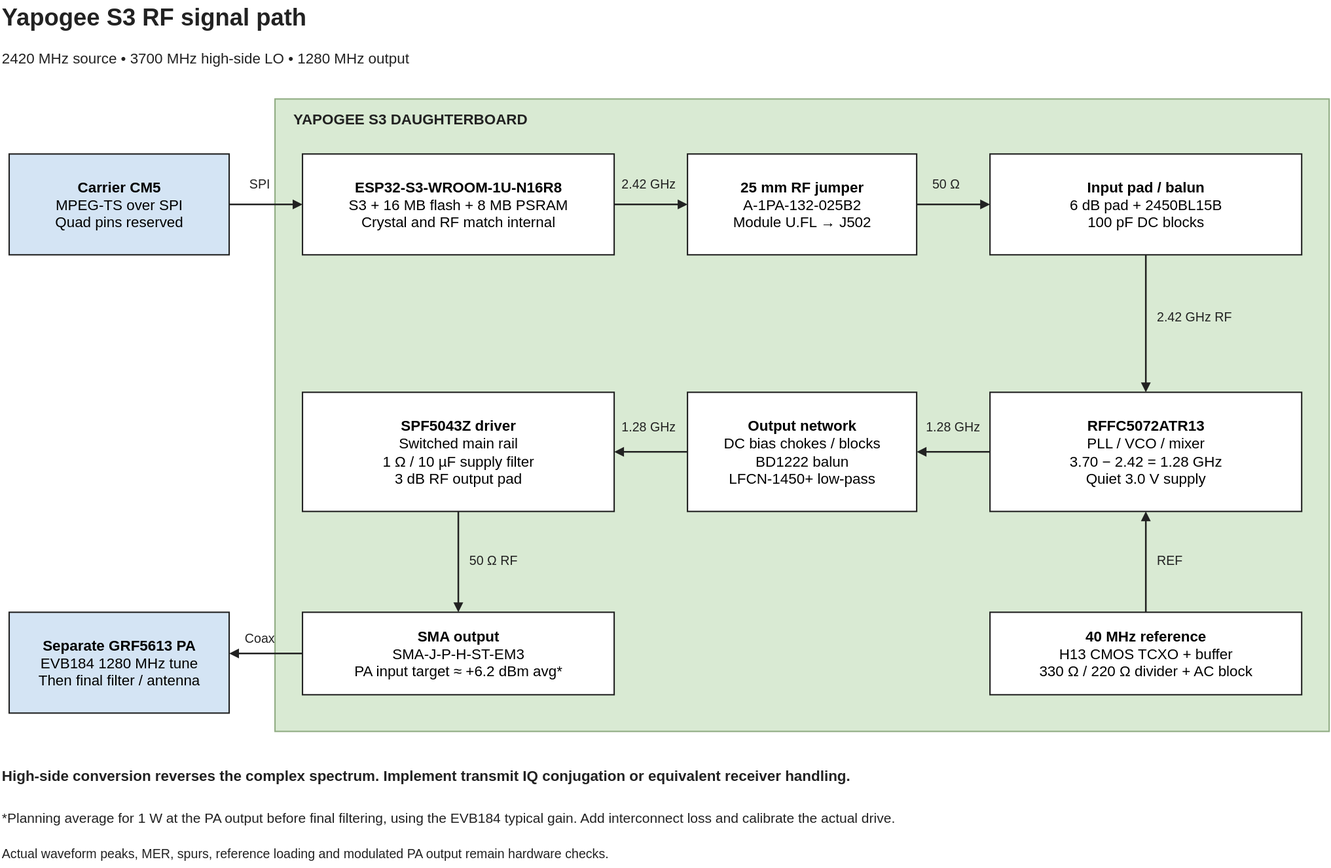
The draw.io diagram hardware/yapogee-s3/block-diagram.svg in stanford-ssi/PigeonVision, before a commit. Source tidied: cells renumbered, new cells last; positions are measured from the earlier drawing's top-left corner, leaving out a move shared by most shapes. The source it was exported from:
```xml
<mxGraphModel background="#ffffff">
  <root>
    <mxCell id="0" />
    <mxCell id="1" parent="0" />
    <mxCell id="2" value="Yapogee S3 RF signal path" style="text;html=0;align=left;verticalAlign=middle;fillColor=none;strokeColor=none;fontFamily=Arial;fontSize=26;fontColor=#222222;fontStyle=1;whiteSpace=wrap;" parent="1" vertex="1">
      <mxGeometry width="1450" height="38" as="geometry" />
    </mxCell>
    <mxCell id="3" value="2420 MHz source • 3700 MHz high-side LO • 1280 MHz output" style="text;html=0;align=left;verticalAlign=middle;fillColor=none;strokeColor=none;fontFamily=Arial;fontSize=16;fontColor=#222222;fontStyle=0;whiteSpace=wrap;" parent="1" vertex="1">
      <mxGeometry y="45" width="1450" height="35" as="geometry" />
    </mxCell>
    <mxCell id="4" style="rounded=0;fillColor=#d9ead3;strokeColor=#91ad84;strokeWidth=1.5;" parent="1" vertex="1">
      <mxGeometry x="300" y="108" width="1150" height="690" as="geometry" />
    </mxCell>
    <mxCell id="5" value="YAPOGEE S3 DAUGHTERBOARD" style="text;html=0;align=left;verticalAlign=middle;fillColor=none;strokeColor=none;fontFamily=Arial;fontSize=16;fontColor=#222222;fontStyle=1;whiteSpace=wrap;" parent="1" vertex="1">
      <mxGeometry x="318" y="118" width="1114" height="24" as="geometry" />
    </mxCell>
    <mxCell id="6" value="&lt;b&gt;Carrier CM5&lt;/b&gt;&lt;br&gt;MPEG-TS over SPI&lt;br&gt;Quad pins reserved" style="rounded=0;whiteSpace=wrap;html=1;fontFamily=Arial;fillColor=#d4e4f4;strokeColor=#222222;strokeWidth=1.5;align=center;verticalAlign=middle;fontSize=16;spacing=7;" parent="1" vertex="1">
      <mxGeometry x="10" y="168" width="240" height="110" as="geometry" />
    </mxCell>
    <mxCell id="7" value="&lt;b&gt;ESP32-S3-WROOM-1U-N16R8&lt;/b&gt;&lt;br&gt;S3 + 16 MB flash + 8 MB PSRAM&lt;br&gt;Crystal and RF match internal" style="rounded=0;whiteSpace=wrap;html=1;fontFamily=Arial;fillColor=#ffffff;strokeColor=#222222;strokeWidth=1.5;align=center;verticalAlign=middle;fontSize=16;spacing=7;" parent="1" vertex="1">
      <mxGeometry x="330" y="168" width="340" height="110" as="geometry" />
    </mxCell>
    <mxCell id="8" value="&lt;b&gt;25 mm RF jumper&lt;/b&gt;&lt;br&gt;A-1PA-132-025B2&lt;br&gt;Module U.FL → J502" style="rounded=0;whiteSpace=wrap;html=1;fontFamily=Arial;fillColor=#ffffff;strokeColor=#222222;strokeWidth=1.5;align=center;verticalAlign=middle;fontSize=16;spacing=7;" parent="1" vertex="1">
      <mxGeometry x="750" y="168" width="250" height="110" as="geometry" />
    </mxCell>
    <mxCell id="9" value="&lt;b&gt;Input pad / balun&lt;/b&gt;&lt;br&gt;6 dB pad + 2450BL15B&lt;br&gt;100 pF DC blocks" style="rounded=0;whiteSpace=wrap;html=1;fontFamily=Arial;fillColor=#ffffff;strokeColor=#222222;strokeWidth=1.5;align=center;verticalAlign=middle;fontSize=16;spacing=7;" parent="1" vertex="1">
      <mxGeometry x="1080" y="168" width="340" height="110" as="geometry" />
    </mxCell>
    <mxCell id="10" value="&lt;b&gt;RFFC5072ATR13&lt;/b&gt;&lt;br&gt;PLL / VCO / mixer&lt;br&gt;3.70 − 2.42 = 1.28 GHz&lt;br&gt;Quiet 3.0 V supply" style="rounded=0;whiteSpace=wrap;html=1;fontFamily=Arial;fillColor=#ffffff;strokeColor=#222222;strokeWidth=1.5;align=center;verticalAlign=middle;fontSize=16;spacing=7;" parent="1" vertex="1">
      <mxGeometry x="1080" y="428" width="340" height="130" as="geometry" />
    </mxCell>
    <mxCell id="11" value="&lt;b&gt;Output network&lt;/b&gt;&lt;br&gt;DC bias chokes / blocks&lt;br&gt;BD1222 balun&lt;br&gt;LFCN-1450+ low-pass" style="rounded=0;whiteSpace=wrap;html=1;fontFamily=Arial;fillColor=#ffffff;strokeColor=#222222;strokeWidth=1.5;align=center;verticalAlign=middle;fontSize=16;spacing=7;" parent="1" vertex="1">
      <mxGeometry x="750" y="428" width="250" height="130" as="geometry" />
    </mxCell>
    <mxCell id="12" value="&lt;b&gt;SPF5043Z driver&lt;/b&gt;&lt;br&gt;Switched main rail&lt;br&gt;1 Ω / 10 µF supply filter&lt;br&gt;3 dB RF output pad" style="rounded=0;whiteSpace=wrap;html=1;fontFamily=Arial;fillColor=#ffffff;strokeColor=#222222;strokeWidth=1.5;align=center;verticalAlign=middle;fontSize=16;spacing=7;" parent="1" vertex="1">
      <mxGeometry x="330" y="428" width="340" height="130" as="geometry" />
    </mxCell>
    <mxCell id="13" value="&lt;b&gt;SMA output&lt;/b&gt;&lt;br&gt;SMA-J-P-H-ST-EM3&lt;br&gt;PA input target ≈ +6.2 dBm avg*" style="rounded=0;whiteSpace=wrap;html=1;fontFamily=Arial;fillColor=#ffffff;strokeColor=#222222;strokeWidth=1.5;align=center;verticalAlign=middle;fontSize=16;spacing=7;" parent="1" vertex="1">
      <mxGeometry x="330" y="668" width="340" height="90" as="geometry" />
    </mxCell>
    <mxCell id="14" value="&lt;b&gt;40 MHz reference&lt;/b&gt;&lt;br&gt;H13 CMOS TCXO + buffer&lt;br&gt;330 Ω / 220 Ω divider + AC block" style="rounded=0;whiteSpace=wrap;html=1;fontFamily=Arial;fillColor=#ffffff;strokeColor=#222222;strokeWidth=1.5;align=center;verticalAlign=middle;fontSize=16;spacing=7;" parent="1" vertex="1">
      <mxGeometry x="1080" y="668" width="340" height="90" as="geometry" />
    </mxCell>
    <mxCell id="15" value="&lt;b&gt;Separate GRF5613 PA&lt;/b&gt;&lt;br&gt;EVB184 1280 MHz tune&lt;br&gt;Then final filter / antenna" style="rounded=0;whiteSpace=wrap;html=1;fontFamily=Arial;fillColor=#d4e4f4;strokeColor=#222222;strokeWidth=1.5;align=center;verticalAlign=middle;fontSize=16;spacing=7;" parent="1" vertex="1">
      <mxGeometry x="10" y="668" width="240" height="110" as="geometry" />
    </mxCell>
    <mxCell id="16" style="edgeStyle=orthogonalEdgeStyle;jettySize=0;rounded=0;html=0;strokeColor=#222222;strokeWidth=1.8;endArrow=block;endFill=1;startArrow=none;exitX=1;exitY=0.5;exitPerimeter=0;entryX=0;entryY=0.5;entryPerimeter=0;" parent="1" edge="1" source="6" target="7">
      <mxGeometry relative="1" as="geometry" />
    </mxCell>
    <mxCell id="17" value="SPI" style="text;html=0;align=left;verticalAlign=middle;fillColor=none;strokeColor=none;fontFamily=Arial;fontSize=14;fontColor=#222222;fontStyle=0;whiteSpace=wrap;" parent="1" vertex="1">
      <mxGeometry x="270" y="188" width="55" height="26" as="geometry" />
    </mxCell>
    <mxCell id="18" style="edgeStyle=orthogonalEdgeStyle;jettySize=0;rounded=0;html=0;strokeColor=#222222;strokeWidth=1.8;endArrow=block;endFill=1;startArrow=none;exitX=1;exitY=0.5;exitPerimeter=0;entryX=0;entryY=0.5;entryPerimeter=0;" parent="1" edge="1" source="7" target="8">
      <mxGeometry relative="1" as="geometry" />
    </mxCell>
    <mxCell id="19" value="2.42 GHz" style="text;html=0;align=left;verticalAlign=middle;fillColor=none;strokeColor=none;fontFamily=Arial;fontSize=14;fontColor=#222222;fontStyle=0;whiteSpace=wrap;" parent="1" vertex="1">
      <mxGeometry x="676" y="188" width="80" height="26" as="geometry" />
    </mxCell>
    <mxCell id="20" style="edgeStyle=orthogonalEdgeStyle;jettySize=0;rounded=0;html=0;strokeColor=#222222;strokeWidth=1.8;endArrow=block;endFill=1;startArrow=none;exitX=1;exitY=0.5;exitPerimeter=0;entryX=0;entryY=0.5;entryPerimeter=0;" parent="1" edge="1" source="8" target="9">
      <mxGeometry relative="1" as="geometry" />
    </mxCell>
    <mxCell id="21" value="50 Ω" style="text;html=0;align=left;verticalAlign=middle;fillColor=none;strokeColor=none;fontFamily=Arial;fontSize=14;fontColor=#222222;fontStyle=0;whiteSpace=wrap;" parent="1" vertex="1">
      <mxGeometry x="1015" y="188" width="65" height="26" as="geometry" />
    </mxCell>
    <mxCell id="22" style="edgeStyle=orthogonalEdgeStyle;jettySize=0;rounded=0;html=0;strokeColor=#222222;strokeWidth=1.8;endArrow=block;endFill=1;startArrow=none;exitX=0.5;exitY=1;exitPerimeter=0;entryX=0.5;entryY=0;entryPerimeter=0;" parent="1" edge="1" source="9" target="10">
      <mxGeometry relative="1" as="geometry" />
    </mxCell>
    <mxCell id="23" value="2.42 GHz RF" style="text;html=0;align=left;verticalAlign=middle;fillColor=none;strokeColor=none;fontFamily=Arial;fontSize=14;fontColor=#222222;fontStyle=0;whiteSpace=wrap;" parent="1" vertex="1">
      <mxGeometry x="1260" y="333" width="140" height="26" as="geometry" />
    </mxCell>
    <mxCell id="24" style="edgeStyle=orthogonalEdgeStyle;jettySize=0;rounded=0;html=0;strokeColor=#222222;strokeWidth=1.8;endArrow=block;endFill=1;startArrow=none;exitX=0;exitY=0.5;exitPerimeter=0;entryX=1;entryY=0.5;entryPerimeter=0;" parent="1" edge="1" source="10" target="11">
      <mxGeometry relative="1" as="geometry" />
    </mxCell>
    <mxCell id="25" value="1.28 GHz" style="text;html=0;align=left;verticalAlign=middle;fillColor=none;strokeColor=none;fontFamily=Arial;fontSize=14;fontColor=#222222;fontStyle=0;whiteSpace=wrap;" parent="1" vertex="1">
      <mxGeometry x="1008" y="453" width="80" height="26" as="geometry" />
    </mxCell>
    <mxCell id="26" style="edgeStyle=orthogonalEdgeStyle;jettySize=0;rounded=0;html=0;strokeColor=#222222;strokeWidth=1.8;endArrow=block;endFill=1;startArrow=none;exitX=0;exitY=0.5;exitPerimeter=0;entryX=1;entryY=0.5;entryPerimeter=0;" parent="1" edge="1" source="11" target="12">
      <mxGeometry relative="1" as="geometry" />
    </mxCell>
    <mxCell id="27" value="1.28 GHz" style="text;html=0;align=left;verticalAlign=middle;fillColor=none;strokeColor=none;fontFamily=Arial;fontSize=14;fontColor=#222222;fontStyle=0;whiteSpace=wrap;" parent="1" vertex="1">
      <mxGeometry x="676" y="453" width="80" height="26" as="geometry" />
    </mxCell>
    <mxCell id="28" style="edgeStyle=orthogonalEdgeStyle;jettySize=0;rounded=0;html=0;strokeColor=#222222;strokeWidth=1.8;endArrow=block;endFill=1;startArrow=none;exitX=0.5;exitY=1;exitPerimeter=0;entryX=0.5;entryY=0;entryPerimeter=0;" parent="1" edge="1" source="12" target="13">
      <mxGeometry relative="1" as="geometry" />
    </mxCell>
    <mxCell id="29" value="50 Ω RF" style="text;html=0;align=left;verticalAlign=middle;fillColor=none;strokeColor=none;fontFamily=Arial;fontSize=14;fontColor=#222222;fontStyle=0;whiteSpace=wrap;" parent="1" vertex="1">
      <mxGeometry x="510" y="598" width="100" height="26" as="geometry" />
    </mxCell>
    <mxCell id="30" style="edgeStyle=orthogonalEdgeStyle;jettySize=0;rounded=0;html=0;strokeColor=#222222;strokeWidth=1.8;endArrow=block;endFill=1;startArrow=none;exitX=0;exitY=0.5;exitPerimeter=0;entryX=1;entryY=0.4090909090909091;entryPerimeter=0;" parent="1" edge="1" source="13" target="15">
      <mxGeometry relative="1" as="geometry" />
    </mxCell>
    <mxCell id="31" value="Coax" style="text;html=0;align=left;verticalAlign=middle;fillColor=none;strokeColor=none;fontFamily=Arial;fontSize=14;fontColor=#222222;fontStyle=0;whiteSpace=wrap;" parent="1" vertex="1">
      <mxGeometry x="265" y="683" width="60" height="26" as="geometry" />
    </mxCell>
    <mxCell id="32" style="edgeStyle=orthogonalEdgeStyle;jettySize=0;rounded=0;html=0;strokeColor=#222222;strokeWidth=1.8;endArrow=block;endFill=1;startArrow=none;exitX=0.5;exitY=0;exitPerimeter=0;entryX=0.5;entryY=1;entryPerimeter=0;" parent="1" edge="1" source="14" target="10">
      <mxGeometry relative="1" as="geometry" />
    </mxCell>
    <mxCell id="33" value="REF" style="text;html=0;align=left;verticalAlign=middle;fillColor=none;strokeColor=none;fontFamily=Arial;fontSize=14;fontColor=#222222;fontStyle=0;whiteSpace=wrap;" parent="1" vertex="1">
      <mxGeometry x="1260" y="598" width="90" height="26" as="geometry" />
    </mxCell>
    <mxCell id="34" value="High-side conversion reverses the complex spectrum. Implement transmit IQ conjugation or equivalent receiver handling." style="text;html=0;align=left;verticalAlign=middle;fillColor=none;strokeColor=none;fontFamily=Arial;fontSize=16;fontColor=#222222;fontStyle=1;whiteSpace=wrap;" parent="1" vertex="1">
      <mxGeometry y="828" width="1450" height="35" as="geometry" />
    </mxCell>
    <mxCell id="35" value="*Planning average for 1 W at the PA output before final filtering, using the EVB184 typical gain. Add interconnect loss and calibrate the actual drive." style="text;html=0;align=left;verticalAlign=middle;fillColor=none;strokeColor=none;fontFamily=Arial;fontSize=15;fontColor=#222222;fontStyle=0;whiteSpace=wrap;" parent="1" vertex="1">
      <mxGeometry y="873" width="1450" height="38" as="geometry" />
    </mxCell>
    <mxCell id="36" value="Actual waveform peaks, MER, spurs, reference loading and modulated PA output remain hardware checks." style="text;html=0;align=left;verticalAlign=middle;fillColor=none;strokeColor=none;fontFamily=Arial;fontSize=14;fontColor=#222222;fontStyle=0;whiteSpace=wrap;" parent="1" vertex="1">
      <mxGeometry y="916" width="1450" height="30" as="geometry" />
    </mxCell>
  </root>
</mxGraphModel>
```
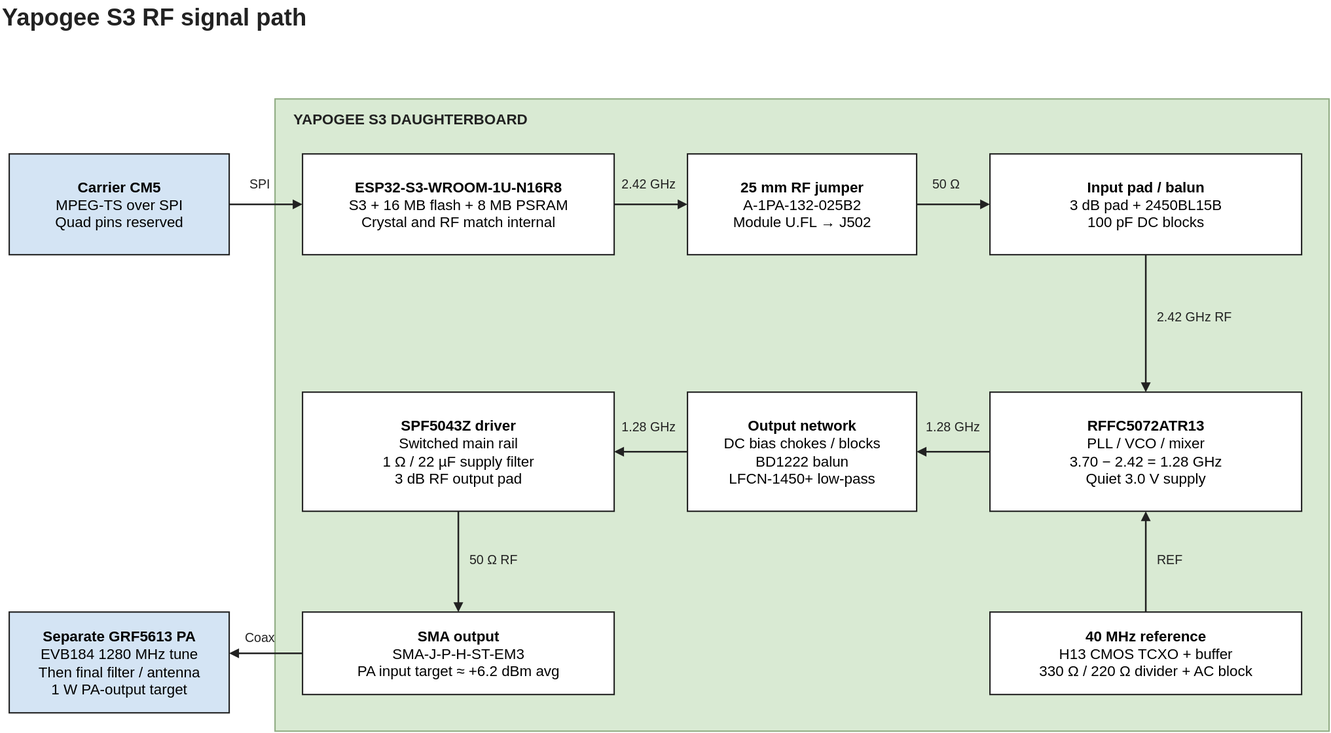
After the commit.

What changed in the source:
```diff
@@ -5,9 +5,6 @@
     <mxCell id="2" value="Yapogee S3 RF signal path" style="text;html=0;align=left;verticalAlign=middle;fillColor=none;strokeColor=none;fontFamily=Arial;fontSize=26;fontColor=#222222;fontStyle=1;whiteSpace=wrap;" parent="1" vertex="1">
       <mxGeometry width="1450" height="38" as="geometry" />
     </mxCell>
-    <mxCell id="3" value="2420 MHz source • 3700 MHz high-side LO • 1280 MHz output" style="text;html=0;align=left;verticalAlign=middle;fillColor=none;strokeColor=none;fontFamily=Arial;fontSize=16;fontColor=#222222;fontStyle=0;whiteSpace=wrap;" parent="1" vertex="1">
-      <mxGeometry y="45" width="1450" height="35" as="geometry" />
-    </mxCell>
     <mxCell id="4" style="rounded=0;fillColor=#d9ead3;strokeColor=#91ad84;strokeWidth=1.5;" parent="1" vertex="1">
       <mxGeometry x="300" y="108" width="1150" height="690" as="geometry" />
     </mxCell>
@@ -23,7 +20,7 @@
     <mxCell id="8" value="&lt;b&gt;25 mm RF jumper&lt;/b&gt;&lt;br&gt;A-1PA-132-025B2&lt;br&gt;Module U.FL → J502" style="rounded=0;whiteSpace=wrap;html=1;fontFamily=Arial;fillColor=#ffffff;strokeColor=#222222;strokeWidth=1.5;align=center;verticalAlign=middle;fontSize=16;spacing=7;" parent="1" vertex="1">
       <mxGeometry x="750" y="168" width="250" height="110" as="geometry" />
     </mxCell>
-    <mxCell id="9" value="&lt;b&gt;Input pad / balun&lt;/b&gt;&lt;br&gt;6 dB pad + 2450BL15B&lt;br&gt;100 pF DC blocks" style="rounded=0;whiteSpace=wrap;html=1;fontFamily=Arial;fillColor=#ffffff;strokeColor=#222222;strokeWidth=1.5;align=center;verticalAlign=middle;fontSize=16;spacing=7;" parent="1" vertex="1">
+    <mxCell id="9" value="&lt;b&gt;Input pad / balun&lt;/b&gt;&lt;br&gt;3 dB pad + 2450BL15B&lt;br&gt;100 pF DC blocks" style="rounded=0;whiteSpace=wrap;html=1;fontFamily=Arial;fillColor=#ffffff;strokeColor=#222222;strokeWidth=1.5;align=center;verticalAlign=middle;fontSize=16;spacing=7;" parent="1" vertex="1">
       <mxGeometry x="1080" y="168" width="340" height="110" as="geometry" />
     </mxCell>
     <mxCell id="10" value="&lt;b&gt;RFFC5072ATR13&lt;/b&gt;&lt;br&gt;PLL / VCO / mixer&lt;br&gt;3.70 − 2.42 = 1.28 GHz&lt;br&gt;Quiet 3.0 V supply" style="rounded=0;whiteSpace=wrap;html=1;fontFamily=Arial;fillColor=#ffffff;strokeColor=#222222;strokeWidth=1.5;align=center;verticalAlign=middle;fontSize=16;spacing=7;" parent="1" vertex="1">
@@ -32,16 +29,16 @@
     <mxCell id="11" value="&lt;b&gt;Output network&lt;/b&gt;&lt;br&gt;DC bias chokes / blocks&lt;br&gt;BD1222 balun&lt;br&gt;LFCN-1450+ low-pass" style="rounded=0;whiteSpace=wrap;html=1;fontFamily=Arial;fillColor=#ffffff;strokeColor=#222222;strokeWidth=1.5;align=center;verticalAlign=middle;fontSize=16;spacing=7;" parent="1" vertex="1">
       <mxGeometry x="750" y="428" width="250" height="130" as="geometry" />
     </mxCell>
-    <mxCell id="12" value="&lt;b&gt;SPF5043Z driver&lt;/b&gt;&lt;br&gt;Switched main rail&lt;br&gt;1 Ω / 10 µF supply filter&lt;br&gt;3 dB RF output pad" style="rounded=0;whiteSpace=wrap;html=1;fontFamily=Arial;fillColor=#ffffff;strokeColor=#222222;strokeWidth=1.5;align=center;verticalAlign=middle;fontSize=16;spacing=7;" parent="1" vertex="1">
+    <mxCell id="12" value="&lt;b&gt;SPF5043Z driver&lt;/b&gt;&lt;br&gt;Switched main rail&lt;br&gt;1 Ω / 22 µF supply filter&lt;br&gt;3 dB RF output pad" style="rounded=0;whiteSpace=wrap;html=1;fontFamily=Arial;fillColor=#ffffff;strokeColor=#222222;strokeWidth=1.5;align=center;verticalAlign=middle;fontSize=16;spacing=7;" parent="1" vertex="1">
       <mxGeometry x="330" y="428" width="340" height="130" as="geometry" />
     </mxCell>
-    <mxCell id="13" value="&lt;b&gt;SMA output&lt;/b&gt;&lt;br&gt;SMA-J-P-H-ST-EM3&lt;br&gt;PA input target ≈ +6.2 dBm avg*" style="rounded=0;whiteSpace=wrap;html=1;fontFamily=Arial;fillColor=#ffffff;strokeColor=#222222;strokeWidth=1.5;align=center;verticalAlign=middle;fontSize=16;spacing=7;" parent="1" vertex="1">
+    <mxCell id="13" value="&lt;b&gt;SMA output&lt;/b&gt;&lt;br&gt;SMA-J-P-H-ST-EM3&lt;br&gt;PA input target ≈ +6.2 dBm avg" style="rounded=0;whiteSpace=wrap;html=1;fontFamily=Arial;fillColor=#ffffff;strokeColor=#222222;strokeWidth=1.5;align=center;verticalAlign=middle;fontSize=16;spacing=7;" parent="1" vertex="1">
       <mxGeometry x="330" y="668" width="340" height="90" as="geometry" />
     </mxCell>
     <mxCell id="14" value="&lt;b&gt;40 MHz reference&lt;/b&gt;&lt;br&gt;H13 CMOS TCXO + buffer&lt;br&gt;330 Ω / 220 Ω divider + AC block" style="rounded=0;whiteSpace=wrap;html=1;fontFamily=Arial;fillColor=#ffffff;strokeColor=#222222;strokeWidth=1.5;align=center;verticalAlign=middle;fontSize=16;spacing=7;" parent="1" vertex="1">
       <mxGeometry x="1080" y="668" width="340" height="90" as="geometry" />
     </mxCell>
-    <mxCell id="15" value="&lt;b&gt;Separate GRF5613 PA&lt;/b&gt;&lt;br&gt;EVB184 1280 MHz tune&lt;br&gt;Then final filter / antenna" style="rounded=0;whiteSpace=wrap;html=1;fontFamily=Arial;fillColor=#d4e4f4;strokeColor=#222222;strokeWidth=1.5;align=center;verticalAlign=middle;fontSize=16;spacing=7;" parent="1" vertex="1">
+    <mxCell id="15" value="&lt;b&gt;Separate GRF5613 PA&lt;/b&gt;&lt;br&gt;EVB184 1280 MHz tune&lt;br&gt;Then final filter / antenna&lt;br&gt;1 W PA-output target" style="rounded=0;whiteSpace=wrap;html=1;fontFamily=Arial;fillColor=#d4e4f4;strokeColor=#222222;strokeWidth=1.5;align=center;verticalAlign=middle;fontSize=16;spacing=7;" parent="1" vertex="1">
       <mxGeometry x="10" y="668" width="240" height="110" as="geometry" />
     </mxCell>
     <mxCell id="16" style="edgeStyle=orthogonalEdgeStyle;jettySize=0;rounded=0;html=0;strokeColor=#222222;strokeWidth=1.8;endArrow=block;endFill=1;startArrow=none;exitX=1;exitY=0.5;exitPerimeter=0;entryX=0;entryY=0.5;entryPerimeter=0;" parent="1" edge="1" source="6" target="7">
@@ -98,14 +95,5 @@
     <mxCell id="33" value="REF" style="text;html=0;align=left;verticalAlign=middle;fillColor=none;strokeColor=none;fontFamily=Arial;fontSize=14;fontColor=#222222;fontStyle=0;whiteSpace=wrap;" parent="1" vertex="1">
       <mxGeometry x="1260" y="598" width="90" height="26" as="geometry" />
     </mxCell>
-    <mxCell id="34" value="High-side conversion reverses the complex spectrum. Implement transmit IQ conjugation or equivalent receiver handling." style="text;html=0;align=left;verticalAlign=middle;fillColor=none;strokeColor=none;fontFamily=Arial;fontSize=16;fontColor=#222222;fontStyle=1;whiteSpace=wrap;" parent="1" vertex="1">
-      <mxGeometry y="828" width="1450" height="35" as="geometry" />
-    </mxCell>
-    <mxCell id="35" value="*Planning average for 1 W at the PA output before final filtering, using the EVB184 typical gain. Add interconnect loss and calibrate the actual drive." style="text;html=0;align=left;verticalAlign=middle;fillColor=none;strokeColor=none;fontFamily=Arial;fontSize=15;fontColor=#222222;fontStyle=0;whiteSpace=wrap;" parent="1" vertex="1">
-      <mxGeometry y="873" width="1450" height="38" as="geometry" />
-    </mxCell>
-    <mxCell id="36" value="Actual waveform peaks, MER, spurs, reference loading and modulated PA output remain hardware checks." style="text;html=0;align=left;verticalAlign=middle;fillColor=none;strokeColor=none;fontFamily=Arial;fontSize=14;fontColor=#222222;fontStyle=0;whiteSpace=wrap;" parent="1" vertex="1">
-      <mxGeometry y="916" width="1450" height="30" as="geometry" />
-    </mxCell>
   </root>
 </mxGraphModel>
```
